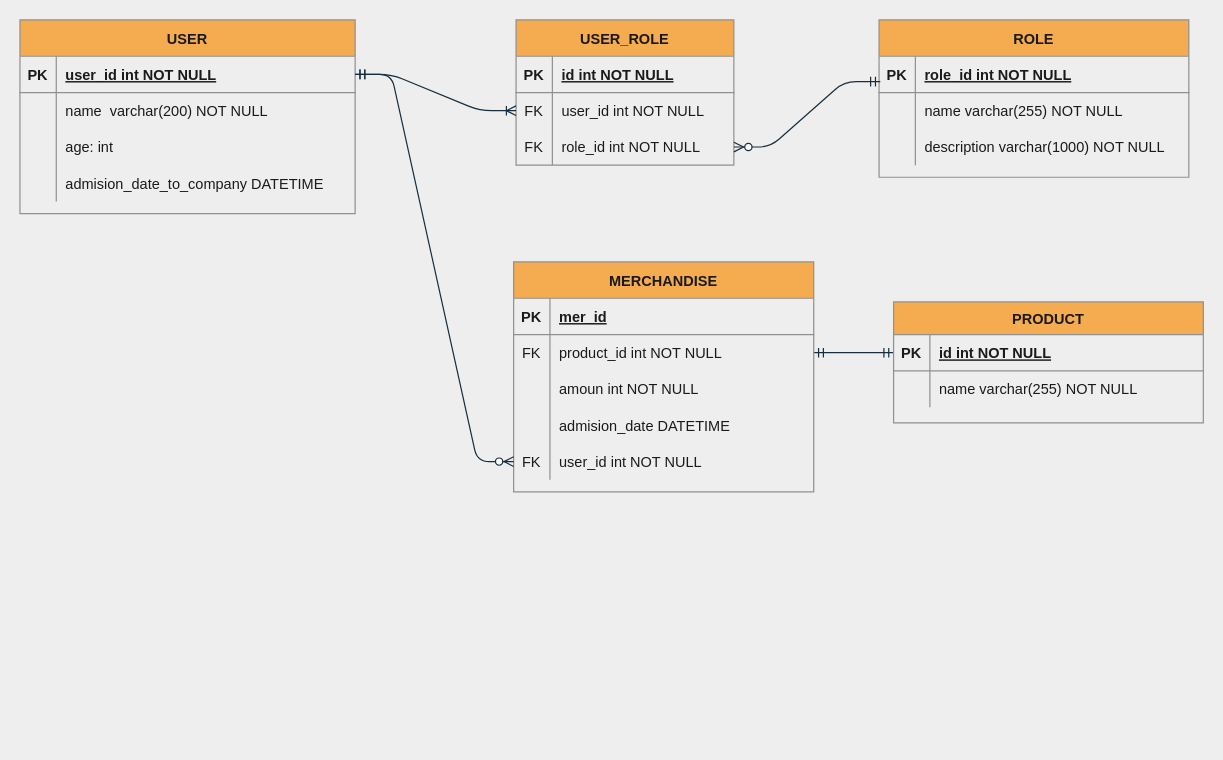
This is page "EntidadRelacion" (4 of 4) of nexos.drawio from elverarroyave/challange_nexos, a draw.io file, before an edit. Source tidied: cells renumbered, new cells numbered last; positions are measured from the earlier drawing's top-left corner, leaving out a move shared by most shapes. Both pictures are drawn from the tidied source at 121%, with x=0, y=0 at pixel (19, 19).
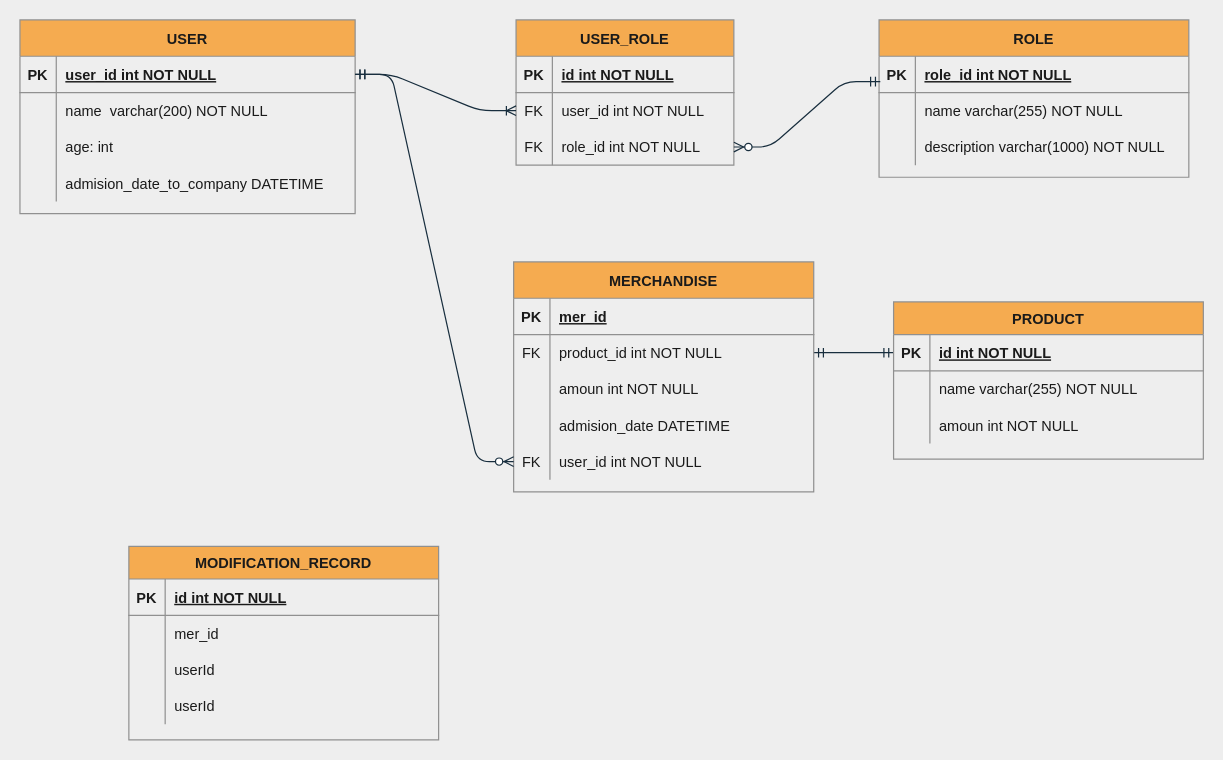
After the change.

What changed in the source:
```diff
@@
     <mxCell id="55" value="PRODUCT" style="shape=table;startSize=27;childLayout=tableLayout;rowLines=0;fontStyle=1;align=center;rounded=0;sketch=0;fontColor=#1A1A1A;strokeColor=#909090;fillColor=#F5AB50;" parent="1" vertex="1">
-      <mxGeometry x="722" y="233" width="256" height="100" as="geometry" />
+      <mxGeometry x="722" y="233" width="256" height="130" as="geometry" />
     </mxCell>
@@
+    <mxCell id="62" style="shape=partialRectangle;fillColor=none;top=0;left=0;bottom=0;right=0;strokeColor=#909090;fontColor=#1A1A1A;" parent="55" vertex="1">
+      <mxGeometry y="87" width="256" height="30" as="geometry" />
+    </mxCell>
+    <mxCell id="63" style="shape=partialRectangle;fillColor=none;top=0;left=0;bottom=0;right=0;overflow=hidden;strokeColor=#909090;fontColor=#1A1A1A;" parent="62" vertex="1">
+      <mxGeometry width="30" height="30" as="geometry" />
+    </mxCell>
+    <mxCell id="64" value="amoun int NOT NULL" style="shape=partialRectangle;fillColor=none;top=0;left=0;bottom=0;right=0;align=left;spacingLeft=6;overflow=hidden;strokeColor=#909090;fontColor=#1A1A1A;" parent="62" vertex="1">
+      <mxGeometry x="30" width="226" height="30" as="geometry" />
+    </mxCell>
+    <mxCell id="65" value="MODIFICATION_RECORD" style="shape=table;startSize=27;childLayout=tableLayout;rowLines=0;fontStyle=1;align=center;rounded=0;sketch=0;fontColor=#1A1A1A;strokeColor=#909090;fillColor=#F5AB50;" parent="1" vertex="1">
+      <mxGeometry x="90" y="435" width="256" height="160" as="geometry" />
+    </mxCell>
+    <mxCell id="66" style="shape=partialRectangle;fillColor=none;top=0;left=0;bottom=1;right=0;strokeColor=#909090;fontColor=#1A1A1A;" parent="65" vertex="1">
+      <mxGeometry y="27" width="256" height="30" as="geometry" />
+    </mxCell>
+    <mxCell id="67" value="PK" style="shape=partialRectangle;fillColor=none;top=0;left=0;bottom=0;right=0;fontStyle=1;overflow=hidden;strokeColor=#909090;fontColor=#1A1A1A;" parent="66" vertex="1">
+      <mxGeometry width="30" height="30" as="geometry" />
+    </mxCell>
+    <mxCell id="68" value="id int NOT NULL" style="shape=partialRectangle;fillColor=none;top=0;left=0;bottom=0;right=0;align=left;spacingLeft=6;fontStyle=5;overflow=hidden;strokeColor=#909090;fontColor=#1A1A1A;" parent="66" vertex="1">
+      <mxGeometry x="30" width="226" height="30" as="geometry" />
+    </mxCell>
+    <mxCell id="69" style="shape=partialRectangle;fillColor=none;top=0;left=0;bottom=0;right=0;strokeColor=#909090;fontColor=#1A1A1A;" parent="65" vertex="1">
+      <mxGeometry y="57" width="256" height="30" as="geometry" />
+    </mxCell>
+    <mxCell id="70" style="shape=partialRectangle;fillColor=none;top=0;left=0;bottom=0;right=0;overflow=hidden;strokeColor=#909090;fontColor=#1A1A1A;" parent="69" vertex="1">
+      <mxGeometry width="30" height="30" as="geometry" />
+    </mxCell>
+    <mxCell id="71" value="mer_id" style="shape=partialRectangle;fillColor=none;top=0;left=0;bottom=0;right=0;align=left;spacingLeft=6;overflow=hidden;strokeColor=#909090;fontColor=#1A1A1A;" parent="69" vertex="1">
+      <mxGeometry x="30" width="226" height="30" as="geometry" />
+    </mxCell>
+    <mxCell id="72" style="shape=partialRectangle;fillColor=none;top=0;left=0;bottom=0;right=0;strokeColor=#909090;fontColor=#1A1A1A;" parent="65" vertex="1">
+      <mxGeometry y="87" width="256" height="30" as="geometry" />
+    </mxCell>
+    <mxCell id="73" style="shape=partialRectangle;fillColor=none;top=0;left=0;bottom=0;right=0;overflow=hidden;strokeColor=#909090;fontColor=#1A1A1A;" parent="72" vertex="1">
+      <mxGeometry width="30" height="30" as="geometry" />
+    </mxCell>
+    <mxCell id="74" value="userId" style="shape=partialRectangle;fillColor=none;top=0;left=0;bottom=0;right=0;align=left;spacingLeft=6;overflow=hidden;strokeColor=#909090;fontColor=#1A1A1A;" parent="72" vertex="1">
+      <mxGeometry x="30" width="226" height="30" as="geometry" />
+    </mxCell>
+    <mxCell id="75" style="shape=partialRectangle;fillColor=none;top=0;left=0;bottom=0;right=0;strokeColor=#909090;fontColor=#1A1A1A;" parent="65" vertex="1">
+      <mxGeometry y="117" width="256" height="30" as="geometry" />
+    </mxCell>
+    <mxCell id="76" style="shape=partialRectangle;fillColor=none;top=0;left=0;bottom=0;right=0;overflow=hidden;strokeColor=#909090;fontColor=#1A1A1A;" parent="75" vertex="1">
+      <mxGeometry width="30" height="30" as="geometry" />
+    </mxCell>
+    <mxCell id="77" value="userId" style="shape=partialRectangle;fillColor=none;top=0;left=0;bottom=0;right=0;align=left;spacingLeft=6;overflow=hidden;strokeColor=#909090;fontColor=#1A1A1A;" parent="75" vertex="1">
+      <mxGeometry x="30" width="226" height="30" as="geometry" />
+    </mxCell>
```
